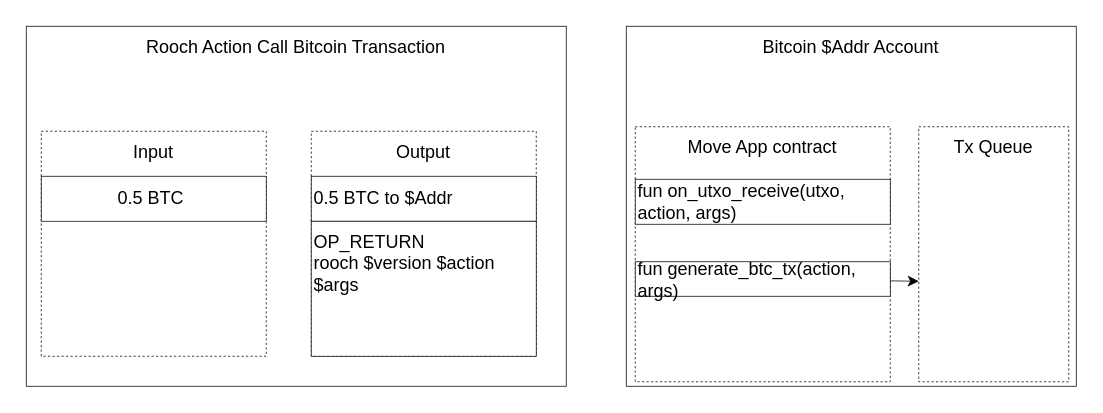
The draw.io diagram page "rooch btx action call tx" (5 of 5) of docs/website/public/docs/bbsr.drawio in rooch-network/rooch, before the edit. Source tidied: cells renumbered, new cells numbered last; positions are measured from the earlier drawing's top-left corner, leaving out a move shared by most shapes. Both pictures are drawn from the tidied source at 150%, with x=0, y=0 at pixel (26, 26).
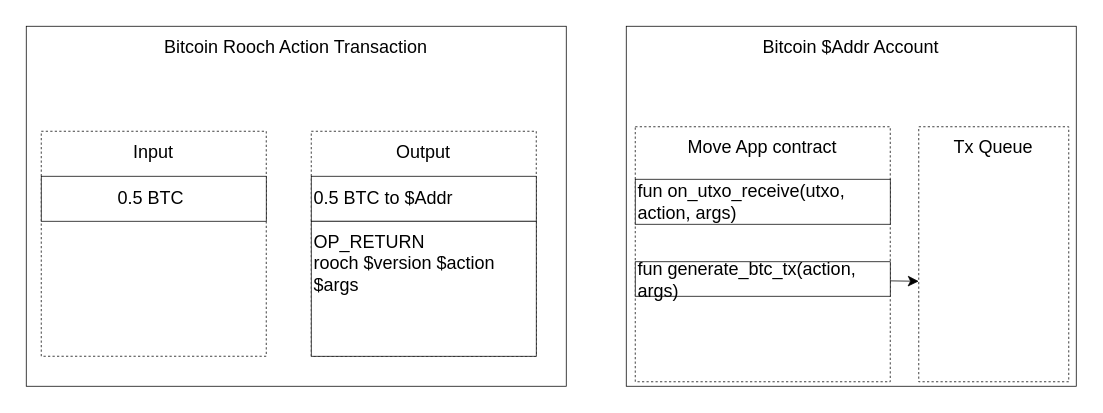
The same diagram, later.

What changed in the source:
```diff
@@
 <mxGraphModel>
   <root>
     <mxCell id="0" />
     <mxCell id="1" parent="0" />
     <mxCell id="2" value="Bitcoin $Addr Account" style="rounded=0;whiteSpace=wrap;html=1;strokeWidth=0.5;verticalAlign=top;" parent="1" vertex="1">
       <mxGeometry x="400" width="300" height="240" as="geometry" />
     </mxCell>
-    <mxCell id="3" value="Rooch Action Call Bitcoin Transaction" style="rounded=0;whiteSpace=wrap;html=1;strokeWidth=0.5;verticalAlign=top;" parent="1" vertex="1">
+    <mxCell id="3" value="Bitcoin Rooch Action Transaction" style="rounded=0;whiteSpace=wrap;html=1;strokeWidth=0.5;verticalAlign=top;" parent="1" vertex="1">
       <mxGeometry width="360" height="240" as="geometry" />
     </mxCell>
     <mxCell id="4" value="Output" style="whiteSpace=wrap;html=1;strokeWidth=0.5;verticalAlign=top;dashed=1;" parent="1" vertex="1">
       <mxGeometry x="190" y="70" width="150" height="150" as="geometry" />
     </mxCell>
     <mxCell id="5" value="Input" style="whiteSpace=wrap;html=1;strokeWidth=0.5;verticalAlign=top;dashed=1;" parent="1" vertex="1">
       <mxGeometry x="10" y="70" width="150" height="150" as="geometry" />
     </mxCell>
     <mxCell id="6" value="0.5 BTC to $Addr" style="rounded=0;whiteSpace=wrap;html=1;strokeWidth=0.5;align=left;" parent="1" vertex="1">
       <mxGeometry x="190" y="100" width="150" height="30" as="geometry" />
     </mxCell>
     <mxCell id="7" value="OP_RETURN&lt;br&gt;rooch $version $action $args&amp;nbsp;" style="rounded=0;whiteSpace=wrap;html=1;strokeWidth=0.5;verticalAlign=top;align=left;" parent="1" vertex="1">
       <mxGeometry x="190" y="130" width="150" height="90" as="geometry" />
     </mxCell>
     <mxCell id="8" value="0.5 BTC&amp;nbsp;" style="rounded=0;whiteSpace=wrap;html=1;strokeWidth=0.5;" parent="1" vertex="1">
       <mxGeometry x="10" y="100" width="150" height="30" as="geometry" />
     </mxCell>
     <mxCell id="9" value="Move App contract&lt;br&gt;" style="rounded=0;whiteSpace=wrap;html=1;strokeWidth=0.5;verticalAlign=top;dashed=1;" parent="1" vertex="1">
       <mxGeometry x="406" y="67" width="170" height="170" as="geometry" />
     </mxCell>
     <mxCell id="10" value="fun on_utxo_receive(utxo, action, args)" style="rounded=0;whiteSpace=wrap;html=1;strokeWidth=0.5;align=left;" parent="1" vertex="1">
       <mxGeometry x="406" y="102" width="170" height="30" as="geometry" />
     </mxCell>
     <mxCell id="11" style="edgeStyle=none;html=1;entryX=0;entryY=0.606;entryDx=0;entryDy=0;entryPerimeter=0;strokeWidth=0.5;" parent="1" edge="1" source="12" target="13">
       <mxGeometry relative="1" as="geometry" />
     </mxCell>
     <mxCell id="12" value="fun generate_btc_tx(action, args)" style="rounded=0;whiteSpace=wrap;html=1;strokeWidth=0.5;align=left;" parent="1" vertex="1">
       <mxGeometry x="406" y="157" width="170" height="23" as="geometry" />
     </mxCell>
     <mxCell id="13" value="Tx Queue" style="rounded=0;whiteSpace=wrap;html=1;strokeWidth=0.5;verticalAlign=top;dashed=1;" parent="1" vertex="1">
       <mxGeometry x="595" y="67" width="100" height="170" as="geometry" />
     </mxCell>
   </root>
 </mxGraphModel>
```
